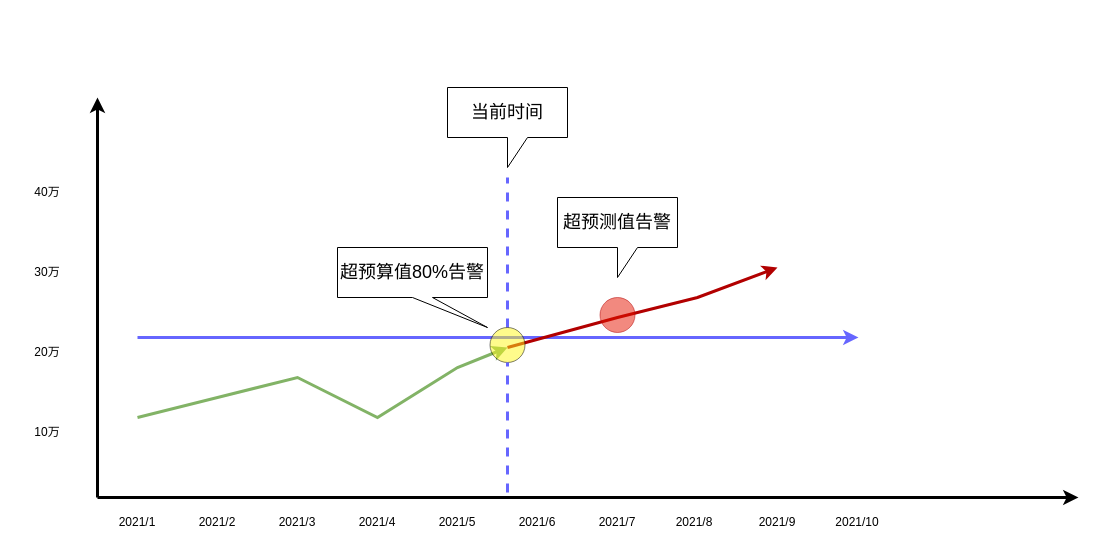
Earlier version of the draw.io diagram AWS Budget.drawio (linjianxing/diagrams). Source tidied: cells renumbered, new cells numbered last; positions are measured from the earlier drawing's top-left corner, leaving out a move shared by most shapes. Both pictures are drawn from the tidied source at 100%, with x=0, y=0 at pixel (17, 87).
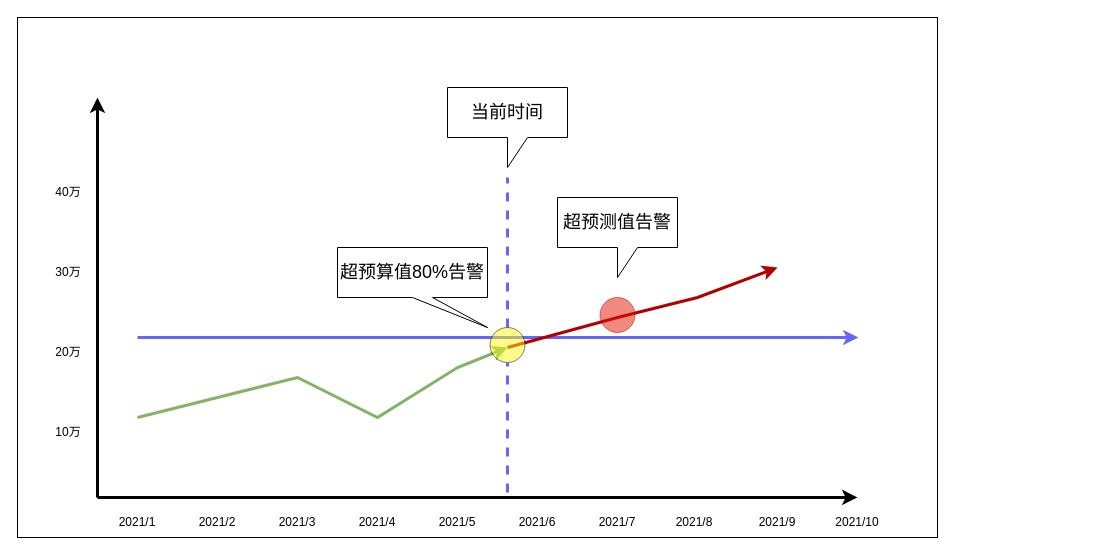
The same page after the edit.

Diff of the diagram source:
```diff
@@
+    <mxCell id="28" style="rounded=0;whiteSpace=wrap;html=1;fontSize=18;fillColor=default;" parent="1" vertex="1">
+      <mxGeometry y="-70" width="920" height="520" as="geometry" />
+    </mxCell>
-    <mxCell id="2" style="endArrow=classic;html=1;rounded=0;strokeWidth=3;" parent="1" edge="1">
+    <mxCell id="2" style="endArrow=classic;html=1;rounded=0;strokeWidth=3;entryX=0.913;entryY=0.923;entryDx=0;entryDy=0;entryPerimeter=0;" parent="1" edge="1" target="28">
       <mxGeometry relative="1" as="geometry">
         <mxPoint x="80" y="410" as="sourcePoint" />
-        <mxPoint x="1061" y="410" as="targetPoint" />
       </mxGeometry>
     </mxCell>
@@
     <mxCell id="10" value="10万" style="text;html=1;strokeColor=none;fillColor=none;align=center;verticalAlign=middle;whiteSpace=wrap;rounded=0;" parent="1" vertex="1">
-      <mxGeometry y="330" width="60" height="30" as="geometry" />
+      <mxGeometry x="21" y="330" width="60" height="30" as="geometry" />
     </mxCell>
     <mxCell id="11" value="20万" style="text;html=1;strokeColor=none;fillColor=none;align=center;verticalAlign=middle;whiteSpace=wrap;rounded=0;" parent="1" vertex="1">
-      <mxGeometry y="250" width="60" height="30" as="geometry" />
+      <mxGeometry x="21" y="250" width="60" height="30" as="geometry" />
     </mxCell>
     <mxCell id="12" value="30万" style="text;html=1;strokeColor=none;fillColor=none;align=center;verticalAlign=middle;whiteSpace=wrap;rounded=0;" parent="1" vertex="1">
-      <mxGeometry y="170" width="60" height="30" as="geometry" />
+      <mxGeometry x="21" y="170" width="60" height="30" as="geometry" />
     </mxCell>
     <mxCell id="13" value="40万" style="text;html=1;strokeColor=none;fillColor=none;align=center;verticalAlign=middle;whiteSpace=wrap;rounded=0;" parent="1" vertex="1">
-      <mxGeometry y="90" width="60" height="30" as="geometry" />
+      <mxGeometry x="21" y="90" width="60" height="30" as="geometry" />
     </mxCell>
```
